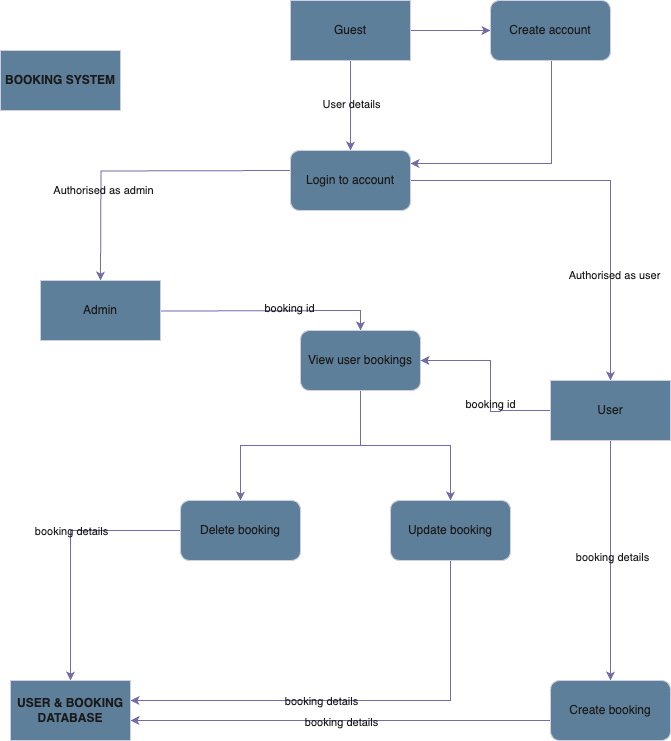
Above: images/Pawtel-DFD.png in Pawtel/PawtelDocs (draw.io), before the change. Source tidied: cells renumbered, new cells last; positions are measured from the earlier drawing's top-left corner, leaving out a move shared by most shapes. The source it was exported from:
```xml
<mxGraphModel>
  <root>
    <mxCell id="0" />
    <mxCell id="1" parent="0" />
    <mxCell id="2" value="&lt;b&gt;&lt;div&gt;BOOKING SYSTEM&lt;/div&gt;&lt;/b&gt;" style="rounded=0;whiteSpace=wrap;html=1;labelBackgroundColor=none;fillColor=#5D7F99;strokeColor=#D0CEE2;fontColor=#1A1A1A;" parent="1" vertex="1">
      <mxGeometry y="50" width="120" height="60" as="geometry" />
    </mxCell>
    <mxCell id="3" style="edgeStyle=orthogonalEdgeStyle;rounded=0;jettySize=auto;html=1;labelBackgroundColor=none;fontColor=default;strokeColor=#736CA8;" parent="1" edge="1" source="6">
      <mxGeometry relative="1" as="geometry">
        <mxPoint x="490" y="30" as="targetPoint" />
      </mxGeometry>
    </mxCell>
    <mxCell id="4" style="edgeStyle=orthogonalEdgeStyle;rounded=0;jettySize=auto;html=1;entryX=0.5;entryY=0;entryDx=0;entryDy=0;labelBackgroundColor=none;fontColor=default;strokeColor=#736CA8;" parent="1" edge="1" source="6" target="19">
      <mxGeometry relative="1" as="geometry" />
    </mxCell>
    <mxCell id="5" value="User details" style="edgeLabel;html=1;align=center;verticalAlign=middle;labelBackgroundColor=none;fontColor=#1A1A1A;" parent="4" vertex="1">
      <mxGeometry x="-0.05" relative="1" as="geometry" />
    </mxCell>
    <mxCell id="6" value="Guest" style="whiteSpace=wrap;html=1;labelBackgroundColor=none;fillColor=#5D7F99;strokeColor=#D0CEE2;fontColor=#1A1A1A;" parent="1" vertex="1">
      <mxGeometry x="290" width="120" height="60" as="geometry" />
    </mxCell>
    <mxCell id="7" style="edgeStyle=orthogonalEdgeStyle;rounded=0;orthogonalLoop=1;jettySize=auto;html=1;entryX=0.992;entryY=0.883;entryDx=0;entryDy=0;entryPerimeter=0;exitX=0.5;exitY=1;exitDx=0;exitDy=0;labelBackgroundColor=none;fontColor=default;strokeColor=#736CA8;" parent="1" edge="1">
      <mxGeometry relative="1" as="geometry">
        <mxPoint x="551" y="30" as="sourcePoint" />
        <mxPoint x="410" y="163" as="targetPoint" />
        <Array as="points">
          <mxPoint x="551" y="163" />
        </Array>
      </mxGeometry>
    </mxCell>
    <mxCell id="8" style="edgeStyle=orthogonalEdgeStyle;rounded=0;orthogonalLoop=1;jettySize=auto;html=1;labelBackgroundColor=none;fontColor=default;strokeColor=#736CA8;" parent="1" edge="1">
      <mxGeometry relative="1" as="geometry">
        <mxPoint x="290" y="170" as="sourcePoint" />
        <mxPoint x="100" y="280" as="targetPoint" />
      </mxGeometry>
    </mxCell>
    <mxCell id="9" value="Authorised as admin&lt;br&gt;" style="edgeLabel;html=1;align=center;verticalAlign=middle;labelBackgroundColor=none;fontColor=#1A1A1A;" parent="8" vertex="1">
      <mxGeometry x="0.39" y="2" relative="1" as="geometry" />
    </mxCell>
    <mxCell id="10" style="edgeStyle=orthogonalEdgeStyle;rounded=0;jettySize=auto;html=1;labelBackgroundColor=none;fontColor=default;strokeColor=#736CA8;" parent="1" edge="1" target="14">
      <mxGeometry relative="1" as="geometry">
        <mxPoint x="40" y="310" as="sourcePoint" />
      </mxGeometry>
    </mxCell>
    <mxCell id="11" value="booking id" style="edgeLabel;html=1;align=center;verticalAlign=middle;labelBackgroundColor=none;fontColor=#1A1A1A;" parent="10" vertex="1">
      <mxGeometry x="0.47" y="3" relative="1" as="geometry" />
    </mxCell>
    <mxCell id="12" style="edgeStyle=orthogonalEdgeStyle;rounded=0;jettySize=auto;html=1;labelBackgroundColor=none;fontColor=default;strokeColor=#736CA8;" parent="1" edge="1" source="14" target="22">
      <mxGeometry relative="1" as="geometry" />
    </mxCell>
    <mxCell id="13" style="edgeStyle=orthogonalEdgeStyle;rounded=0;jettySize=auto;html=1;labelBackgroundColor=none;fontColor=default;strokeColor=#736CA8;" parent="1" edge="1" source="14" target="25">
      <mxGeometry relative="1" as="geometry" />
    </mxCell>
    <mxCell id="14" value="View user bookings" style="rounded=1;whiteSpace=wrap;html=1;labelBackgroundColor=none;fillColor=#5D7F99;strokeColor=#D0CEE2;fontColor=#1A1A1A;" parent="1" vertex="1">
      <mxGeometry x="300" y="330" width="120" height="60" as="geometry" />
    </mxCell>
    <mxCell id="15" value="Admin" style="rounded=0;whiteSpace=wrap;html=1;labelBackgroundColor=none;fillColor=#5D7F99;strokeColor=#D0CEE2;fontColor=#1A1A1A;" parent="1" vertex="1">
      <mxGeometry x="40" y="280" width="120" height="60" as="geometry" />
    </mxCell>
    <mxCell id="16" value="Create account" style="rounded=1;whiteSpace=wrap;html=1;labelBackgroundColor=none;fillColor=#5D7F99;strokeColor=#D0CEE2;fontColor=#1A1A1A;" parent="1" vertex="1">
      <mxGeometry x="490" width="120" height="60" as="geometry" />
    </mxCell>
    <mxCell id="17" style="edgeStyle=orthogonalEdgeStyle;rounded=0;jettySize=auto;html=1;entryX=0.5;entryY=0;entryDx=0;entryDy=0;labelBackgroundColor=none;fontColor=default;strokeColor=#736CA8;" parent="1" edge="1" source="19" target="30">
      <mxGeometry relative="1" as="geometry" />
    </mxCell>
    <mxCell id="18" value="Authorised as user" style="edgeLabel;html=1;align=center;verticalAlign=middle;labelBackgroundColor=none;fontColor=#1A1A1A;" parent="17" vertex="1">
      <mxGeometry x="0.47" y="3" relative="1" as="geometry" />
    </mxCell>
    <mxCell id="19" value="Login to account" style="rounded=1;whiteSpace=wrap;html=1;labelBackgroundColor=none;fillColor=#5D7F99;strokeColor=#D0CEE2;fontColor=#1A1A1A;" parent="1" vertex="1">
      <mxGeometry x="290" y="150" width="120" height="60" as="geometry" />
    </mxCell>
    <mxCell id="20" style="edgeStyle=orthogonalEdgeStyle;rounded=0;orthogonalLoop=1;jettySize=auto;html=1;labelBackgroundColor=none;fontColor=default;strokeColor=#736CA8;exitX=0;exitY=0.75;exitDx=0;exitDy=0;" parent="1" edge="1">
      <mxGeometry relative="1" as="geometry">
        <mxPoint x="225" y="545" as="sourcePoint" />
        <mxPoint x="70" y="680" as="targetPoint" />
        <Array as="points">
          <mxPoint x="225" y="530" />
          <mxPoint x="70" y="530" />
        </Array>
      </mxGeometry>
    </mxCell>
    <mxCell id="21" value="booking details" style="edgeLabel;html=1;align=center;verticalAlign=middle;labelBackgroundColor=none;fontColor=#1A1A1A;" parent="20" vertex="1">
      <mxGeometry x="0.16" y="4" relative="1" as="geometry">
        <mxPoint x="-4" y="-16" as="offset" />
      </mxGeometry>
    </mxCell>
    <mxCell id="22" value="Delete booking" style="rounded=1;whiteSpace=wrap;html=1;labelBackgroundColor=none;fillColor=#5D7F99;strokeColor=#D0CEE2;fontColor=#1A1A1A;" parent="1" vertex="1">
      <mxGeometry x="180" y="500" width="120" height="60" as="geometry" />
    </mxCell>
    <mxCell id="23" style="edgeStyle=orthogonalEdgeStyle;rounded=0;jettySize=auto;html=1;entryX=1;entryY=0;entryDx=0;entryDy=0;labelBackgroundColor=none;fontColor=default;strokeColor=#736CA8;exitX=0.5;exitY=1;exitDx=0;exitDy=0;" parent="1" edge="1" source="25">
      <mxGeometry relative="1" as="geometry">
        <mxPoint x="130" y="700" as="targetPoint" />
        <Array as="points">
          <mxPoint x="450" y="700" />
        </Array>
      </mxGeometry>
    </mxCell>
    <mxCell id="24" value="booking details" style="edgeLabel;html=1;align=center;verticalAlign=middle;labelBackgroundColor=none;fontColor=#1A1A1A;" parent="23" vertex="1">
      <mxGeometry x="0.17" relative="1" as="geometry" />
    </mxCell>
    <mxCell id="25" value="Update booking" style="rounded=1;whiteSpace=wrap;html=1;labelBackgroundColor=none;fillColor=#5D7F99;strokeColor=#D0CEE2;fontColor=#1A1A1A;" parent="1" vertex="1">
      <mxGeometry x="390" y="500" width="120" height="60" as="geometry" />
    </mxCell>
    <mxCell id="26" style="edgeStyle=orthogonalEdgeStyle;rounded=0;jettySize=auto;html=1;labelBackgroundColor=none;fontColor=default;strokeColor=#736CA8;" parent="1" edge="1" source="30" target="33">
      <mxGeometry relative="1" as="geometry" />
    </mxCell>
    <mxCell id="27" value="booking details&lt;br&gt;" style="edgeLabel;html=1;align=center;verticalAlign=middle;labelBackgroundColor=none;fontColor=#1A1A1A;" parent="26" vertex="1">
      <mxGeometry x="-0.03" y="1" relative="1" as="geometry" />
    </mxCell>
    <mxCell id="28" style="edgeStyle=orthogonalEdgeStyle;rounded=0;jettySize=auto;html=1;entryX=1;entryY=0.5;entryDx=0;entryDy=0;labelBackgroundColor=none;fontColor=default;strokeColor=#736CA8;" parent="1" edge="1" source="30" target="14">
      <mxGeometry relative="1" as="geometry">
        <Array as="points">
          <mxPoint x="500" y="410" />
          <mxPoint x="500" y="411" />
          <mxPoint x="490" y="411" />
          <mxPoint x="490" y="360" />
        </Array>
      </mxGeometry>
    </mxCell>
    <mxCell id="29" value="booking id" style="edgeLabel;html=1;align=center;verticalAlign=middle;labelBackgroundColor=none;fontColor=#1A1A1A;" parent="28" vertex="1">
      <mxGeometry x="-0.24" y="1" relative="1" as="geometry" />
    </mxCell>
    <mxCell id="30" value="User" style="rounded=0;whiteSpace=wrap;html=1;labelBackgroundColor=none;fillColor=#5D7F99;strokeColor=#D0CEE2;fontColor=#1A1A1A;" parent="1" vertex="1">
      <mxGeometry x="550" y="380" width="120" height="60" as="geometry" />
    </mxCell>
    <mxCell id="31" style="edgeStyle=orthogonalEdgeStyle;rounded=0;orthogonalLoop=1;jettySize=auto;html=1;entryX=1;entryY=0.5;entryDx=0;entryDy=0;labelBackgroundColor=none;fontColor=default;strokeColor=#736CA8;" parent="1" edge="1">
      <mxGeometry relative="1" as="geometry">
        <mxPoint x="550" y="720" as="sourcePoint" />
        <mxPoint x="130" y="720" as="targetPoint" />
        <Array as="points">
          <mxPoint x="450" y="720" />
          <mxPoint x="450" y="720" />
        </Array>
      </mxGeometry>
    </mxCell>
    <mxCell id="32" value="booking details" style="edgeLabel;html=1;align=center;verticalAlign=middle;labelBackgroundColor=none;fontColor=#1A1A1A;" parent="31" vertex="1">
      <mxGeometry x="0.01" y="2" relative="1" as="geometry">
        <mxPoint x="2" y="-1" as="offset" />
      </mxGeometry>
    </mxCell>
    <mxCell id="33" value="Create booking" style="rounded=1;whiteSpace=wrap;html=1;labelBackgroundColor=none;fillColor=#5D7F99;strokeColor=#D0CEE2;fontColor=#1A1A1A;" parent="1" vertex="1">
      <mxGeometry x="550" y="680" width="120" height="60" as="geometry" />
    </mxCell>
    <mxCell id="34" value="&lt;b&gt;USER &amp;amp; BOOKING&lt;br&gt;DATABASE&lt;/b&gt;" style="whiteSpace=wrap;html=1;labelBackgroundColor=none;fillColor=#5D7F99;strokeColor=#D0CEE2;fontColor=#1A1A1A;" parent="1" vertex="1">
      <mxGeometry x="10" y="680" width="120" height="60" as="geometry" />
    </mxCell>
  </root>
</mxGraphModel>
```
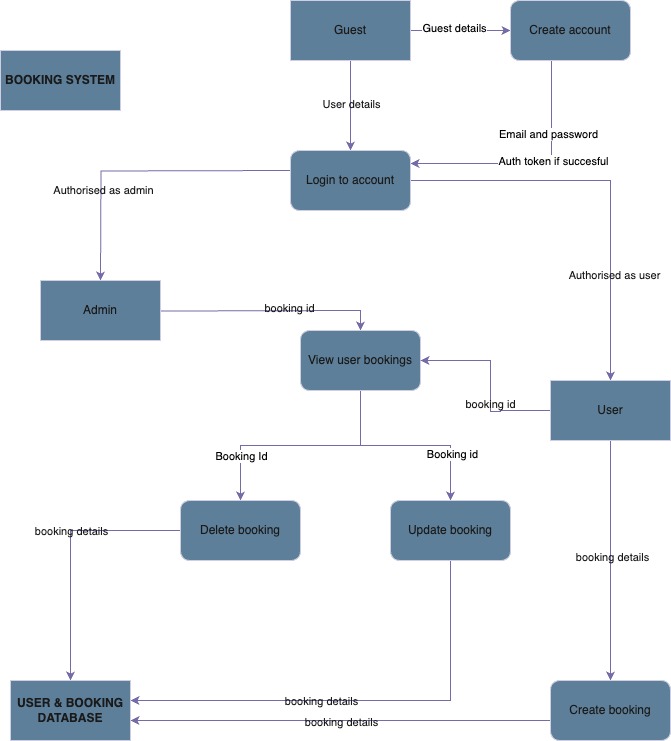
Later version of the same file.

Diff of the diagram source:
```diff
@@ -5,11 +5,12 @@
     <mxCell id="2" value="&lt;b&gt;&lt;div&gt;BOOKING SYSTEM&lt;/div&gt;&lt;/b&gt;" style="rounded=0;whiteSpace=wrap;html=1;labelBackgroundColor=none;fillColor=#5D7F99;strokeColor=#D0CEE2;fontColor=#1A1A1A;" parent="1" vertex="1">
       <mxGeometry y="50" width="120" height="60" as="geometry" />
     </mxCell>
-    <mxCell id="3" style="edgeStyle=orthogonalEdgeStyle;rounded=0;jettySize=auto;html=1;labelBackgroundColor=none;fontColor=default;strokeColor=#736CA8;" parent="1" edge="1" source="6">
-      <mxGeometry relative="1" as="geometry">
-        <mxPoint x="490" y="30" as="targetPoint" />
-      </mxGeometry>
+    <mxCell id="3" style="edgeStyle=orthogonalEdgeStyle;rounded=0;jettySize=auto;html=1;labelBackgroundColor=none;fontColor=default;strokeColor=#736CA8;entryX=0;entryY=0.5;entryDx=0;entryDy=0;" parent="1" edge="1" source="6" target="16">
+      <mxGeometry relative="1" as="geometry" />
     </mxCell>
+    <mxCell id="35" value="Guest details" style="edgeLabel;html=1;align=center;verticalAlign=middle;" parent="3" vertex="1">
+      <mxGeometry x="-0.14" y="3" relative="1" as="geometry" />
+    </mxCell>
     <mxCell id="4" style="edgeStyle=orthogonalEdgeStyle;rounded=0;jettySize=auto;html=1;entryX=0.5;entryY=0;entryDx=0;entryDy=0;labelBackgroundColor=none;fontColor=default;strokeColor=#736CA8;" parent="1" edge="1" source="6" target="19">
       <mxGeometry relative="1" as="geometry" />
     </mxCell>
@@ -28,6 +29,12 @@
         </Array>
       </mxGeometry>
     </mxCell>
+    <mxCell id="36" value="Email and password" style="edgeLabel;html=1;align=center;verticalAlign=middle;" parent="7" vertex="1">
+      <mxGeometry x="-0.25" y="-3" relative="1" as="geometry" />
+    </mxCell>
+    <mxCell id="37" value="Auth token if succesful" style="edgeLabel;html=1;align=center;verticalAlign=middle;" parent="7" vertex="1">
+      <mxGeometry x="-0.05" y="2" relative="1" as="geometry" />
+    </mxCell>
     <mxCell id="8" style="edgeStyle=orthogonalEdgeStyle;rounded=0;orthogonalLoop=1;jettySize=auto;html=1;labelBackgroundColor=none;fontColor=default;strokeColor=#736CA8;" parent="1" edge="1">
       <mxGeometry relative="1" as="geometry">
         <mxPoint x="290" y="170" as="sourcePoint" />
@@ -48,9 +55,15 @@
     <mxCell id="12" style="edgeStyle=orthogonalEdgeStyle;rounded=0;jettySize=auto;html=1;labelBackgroundColor=none;fontColor=default;strokeColor=#736CA8;" parent="1" edge="1" source="14" target="22">
       <mxGeometry relative="1" as="geometry" />
     </mxCell>
+    <mxCell id="38" value="Booking Id" style="edgeLabel;html=1;align=center;verticalAlign=middle;" parent="12" vertex="1">
+      <mxGeometry x="0.6" relative="1" as="geometry" />
+    </mxCell>
     <mxCell id="13" style="edgeStyle=orthogonalEdgeStyle;rounded=0;jettySize=auto;html=1;labelBackgroundColor=none;fontColor=default;strokeColor=#736CA8;" parent="1" edge="1" source="14" target="25">
       <mxGeometry relative="1" as="geometry" />
     </mxCell>
+    <mxCell id="39" value="Booking id" style="edgeLabel;html=1;align=center;verticalAlign=middle;" parent="13" vertex="1">
+      <mxGeometry x="0.53" y="1" relative="1" as="geometry" />
+    </mxCell>
     <mxCell id="14" value="View user bookings" style="rounded=1;whiteSpace=wrap;html=1;labelBackgroundColor=none;fillColor=#5D7F99;strokeColor=#D0CEE2;fontColor=#1A1A1A;" parent="1" vertex="1">
       <mxGeometry x="300" y="330" width="120" height="60" as="geometry" />
     </mxCell>
@@ -58,7 +71,7 @@
       <mxGeometry x="40" y="280" width="120" height="60" as="geometry" />
     </mxCell>
     <mxCell id="16" value="Create account" style="rounded=1;whiteSpace=wrap;html=1;labelBackgroundColor=none;fillColor=#5D7F99;strokeColor=#D0CEE2;fontColor=#1A1A1A;" parent="1" vertex="1">
-      <mxGeometry x="490" width="120" height="60" as="geometry" />
+      <mxGeometry x="510" width="120" height="60" as="geometry" />
     </mxCell>
     <mxCell id="17" style="edgeStyle=orthogonalEdgeStyle;rounded=0;jettySize=auto;html=1;entryX=0.5;entryY=0;entryDx=0;entryDy=0;labelBackgroundColor=none;fontColor=default;strokeColor=#736CA8;" parent="1" edge="1" source="19" target="30">
       <mxGeometry relative="1" as="geometry" />
```
